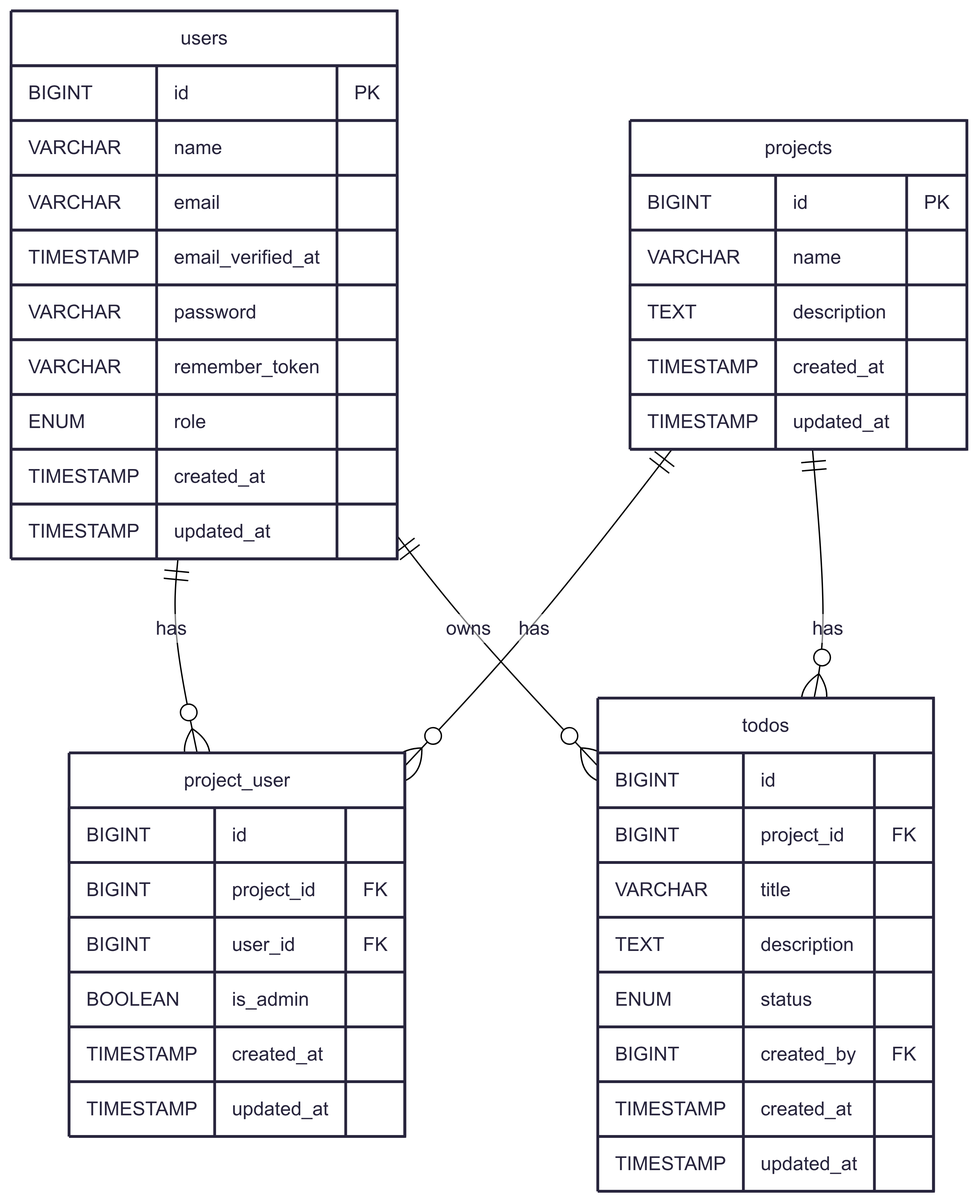
shuji81/laravel-todo-app-practice keeps this Mermaid diagram as docs/ER図.png. Above is the earlier version. Its source is kept beside it as docs/ER図.mmd.
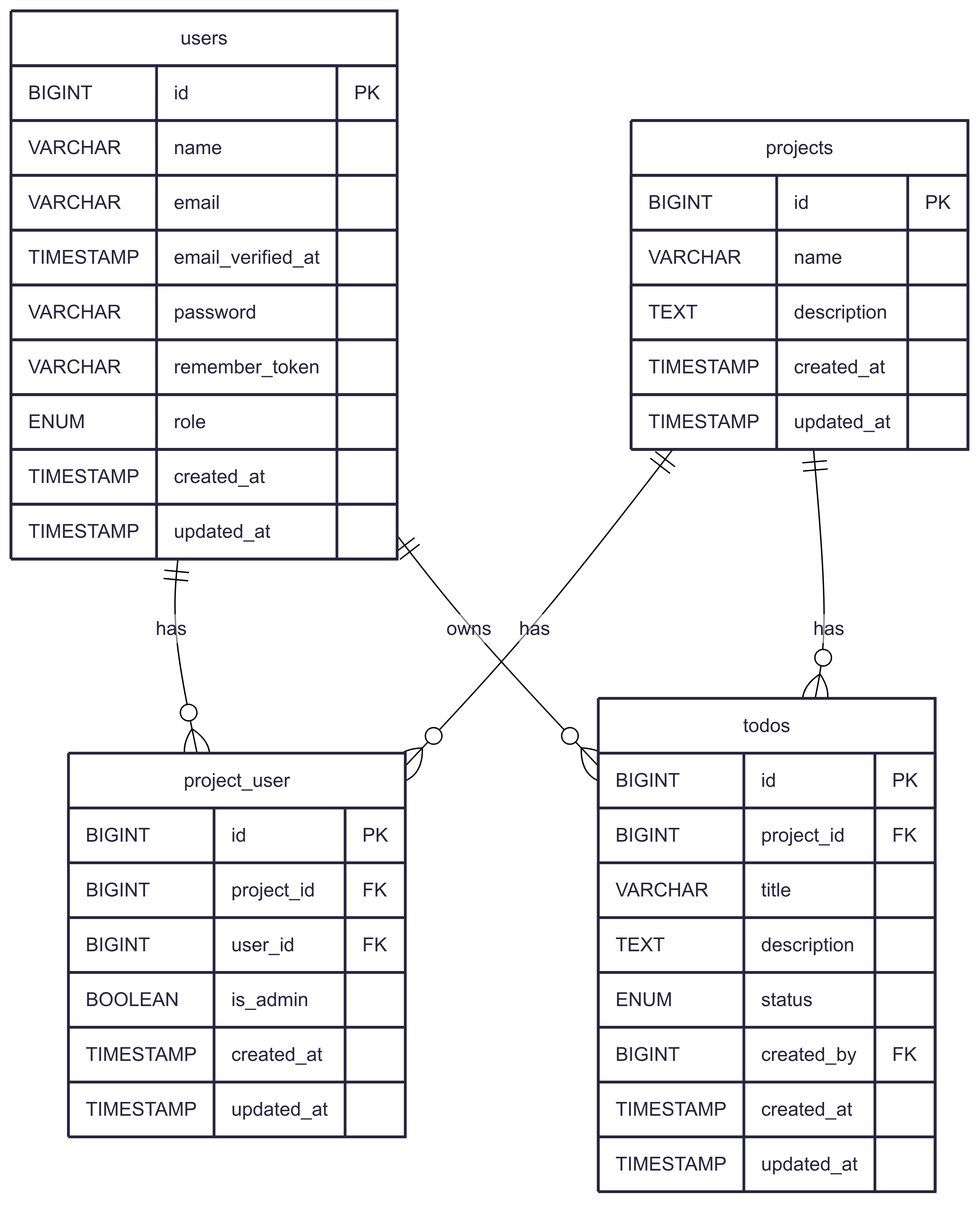
Later version of the same file.

Commit message:
レビュー指摘修正

What changed in the source:
```diff
@@ -20,7 +20,7 @@
     }
 
     project_user {
-        BIGINT id
+        BIGINT id PK
         BIGINT project_id FK
         BIGINT user_id FK
         BOOLEAN is_admin
@@ -29,7 +29,7 @@
     }
 
     todos {
-        BIGINT id
+        BIGINT id PK
         BIGINT project_id FK
         VARCHAR title
         TEXT description
```
